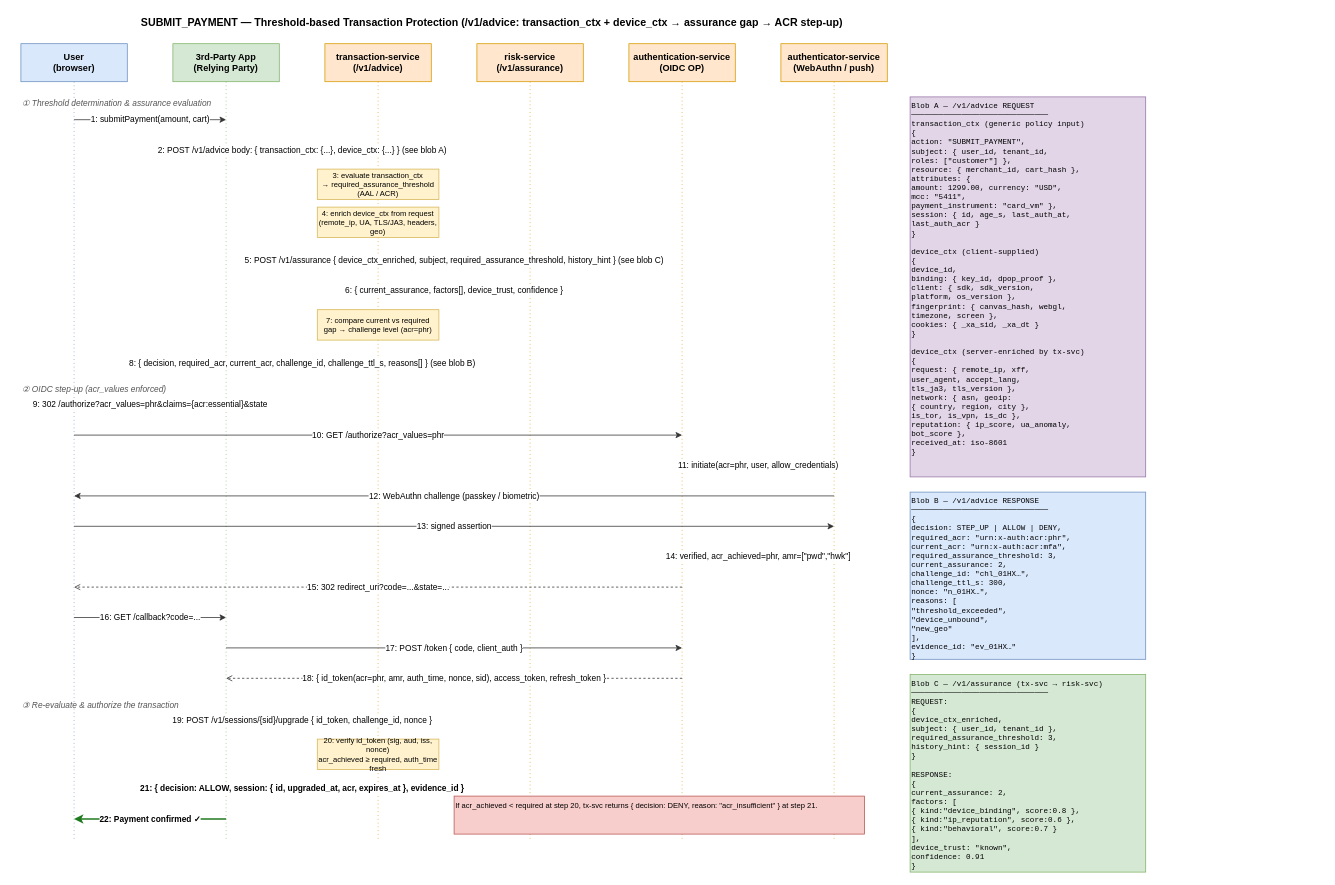
This is submit-payment-stepup-flow.drawio from tboman/x-auth-site, a draw.io file, before an edit. Source tidied: cells renumbered, new cells numbered last; positions are measured from the earlier drawing's top-left corner, leaving out a move shared by most shapes. Both pictures are drawn from the tidied source at 76%, with x=0, y=0 at pixel (13, 13).
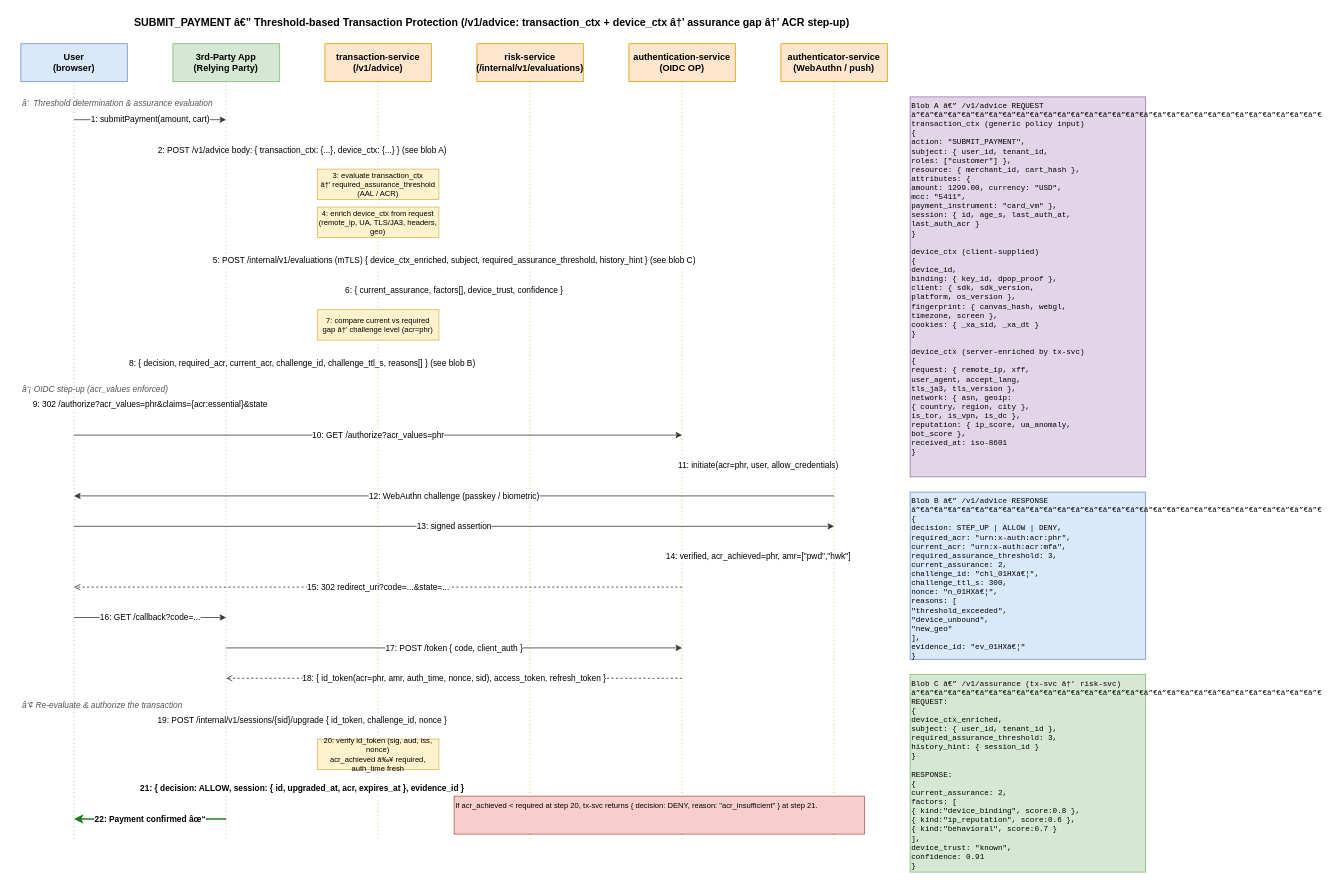
The same page after the edit.

The edit, as a diff of the source:
```diff
@@
-    <mxCell id="2" value="SUBMIT_PAYMENT — Threshold-based Transaction Protection (/v1/advice: transaction_ctx + device_ctx → assurance gap → ACR step-up)" style="text;html=1;strokeColor=none;fillColor=none;align=center;verticalAlign=middle;whiteSpace=wrap;rounded=0;fontSize=14;fontStyle=1;" parent="1" vertex="1">
+    <mxCell id="2" value="SUBMIT_PAYMENT â€” Threshold-based Transaction Protection (/v1/advice: transaction_ctx + device_ctx â†’ assurance gap â†’ ACR step-up)" style="text;html=1;strokeColor=none;fillColor=none;align=center;verticalAlign=middle;whiteSpace=wrap;rounded=0;fontSize=14;fontStyle=1;" parent="1" vertex="1">
       <mxGeometry width="1260" height="24" as="geometry" />
     </mxCell>
@@
-    <mxCell id="6" value="risk-service&#10;(/v1/assurance)" style="rounded=0;whiteSpace=wrap;html=1;fillColor=#ffe6cc;strokeColor=#d79b00;fontSize=12;fontStyle=1;" parent="1" vertex="1">
+    <mxCell id="6" value="risk-service&#10;(/internal/v1/evaluations)" style="rounded=0;whiteSpace=wrap;html=1;fillColor=#ffe6cc;strokeColor=#d79b00;fontSize=12;fontStyle=1;" parent="1" vertex="1">
       <mxGeometry x="610" y="40" width="140" height="50" as="geometry" />
     </mxCell>
@@
-    <mxCell id="15" value="① Threshold determination &amp; assurance evaluation" style="text;html=1;strokeColor=none;fillColor=none;align=left;verticalAlign=middle;whiteSpace=wrap;rounded=0;fontSize=11;fontStyle=2;fontColor=#555555;" parent="1" vertex="1">
+    <mxCell id="15" value="â‘  Threshold determination &amp; assurance evaluation" style="text;html=1;strokeColor=none;fillColor=none;align=left;verticalAlign=middle;whiteSpace=wrap;rounded=0;fontSize=11;fontStyle=2;fontColor=#555555;" parent="1" vertex="1">
       <mxGeometry x="10" y="108" width="360" height="20" as="geometry" />
     </mxCell>
@@
-    <mxCell id="18" value="3: evaluate transaction_ctx&#10;→ required_assurance_threshold (AAL / ACR)" style="rounded=0;whiteSpace=wrap;html=1;fillColor=#fff2cc;strokeColor=#d6b656;fontSize=10;align=center;verticalAlign=middle;" parent="1" vertex="1">
+    <mxCell id="18" value="3: evaluate transaction_ctx&#10;â†’ required_assurance_threshold (AAL / ACR)" style="rounded=0;whiteSpace=wrap;html=1;fillColor=#fff2cc;strokeColor=#d6b656;fontSize=10;align=center;verticalAlign=middle;" parent="1" vertex="1">
       <mxGeometry x="400" y="205" width="160" height="40" as="geometry" />
     </mxCell>
@@
-    <mxCell id="20" value="5: POST /v1/assurance   { device_ctx_enriched, subject, required_assurance_threshold, history_hint }   (see blob C)" style="endArrow=classic;html=1;rounded=0;strokeColor=#333333;fontSize=11;labelBackgroundColor=#ffffff;" parent="1" edge="1">
+    <mxCell id="20" value="5: POST /internal/v1/evaluations (mTLS)   { device_ctx_enriched, subject, required_assurance_threshold, history_hint }   (see blob C)" style="endArrow=classic;html=1;rounded=0;strokeColor=#333333;fontSize=11;labelBackgroundColor=#ffffff;" parent="1" edge="1">
       <mxGeometry relative="1" as="geometry">
         <mxPoint x="480" y="325" as="sourcePoint" />
         <mxPoint x="680" y="325" as="targetPoint" />
       </mxGeometry>
     </mxCell>
@@
-    <mxCell id="22" value="7: compare current vs required&#10;gap → challenge level (acr=phr)" style="rounded=0;whiteSpace=wrap;html=1;fillColor=#fff2cc;strokeColor=#d6b656;fontSize=10;align=center;verticalAlign=middle;" parent="1" vertex="1">
+    <mxCell id="22" value="7: compare current vs required&#10;gap â†’ challenge level (acr=phr)" style="rounded=0;whiteSpace=wrap;html=1;fillColor=#fff2cc;strokeColor=#d6b656;fontSize=10;align=center;verticalAlign=middle;" parent="1" vertex="1">
       <mxGeometry x="400" y="390" width="160" height="40" as="geometry" />
     </mxCell>
@@
-    <mxCell id="24" value="② OIDC step-up (acr_values enforced)" style="text;html=1;strokeColor=none;fillColor=none;align=left;verticalAlign=middle;whiteSpace=wrap;rounded=0;fontSize=11;fontStyle=2;fontColor=#555555;" parent="1" vertex="1">
+    <mxCell id="24" value="â‘¡ OIDC step-up (acr_values enforced)" style="text;html=1;strokeColor=none;fillColor=none;align=left;verticalAlign=middle;whiteSpace=wrap;rounded=0;fontSize=11;fontStyle=2;fontColor=#555555;" parent="1" vertex="1">
       <mxGeometry x="10" y="485" width="300" height="20" as="geometry" />
     </mxCell>
@@
-    <mxCell id="35" value="③ Re-evaluate &amp; authorize the transaction" style="text;html=1;strokeColor=none;fillColor=none;align=left;verticalAlign=middle;whiteSpace=wrap;rounded=0;fontSize=11;fontStyle=2;fontColor=#555555;" parent="1" vertex="1">
+    <mxCell id="35" value="â‘¢ Re-evaluate &amp; authorize the transaction" style="text;html=1;strokeColor=none;fillColor=none;align=left;verticalAlign=middle;whiteSpace=wrap;rounded=0;fontSize=11;fontStyle=2;fontColor=#555555;" parent="1" vertex="1">
       <mxGeometry x="10" y="900" width="300" height="20" as="geometry" />
     </mxCell>
-    <mxCell id="36" value="19: POST /v1/sessions/{sid}/upgrade  { id_token, challenge_id, nonce }" style="endArrow=classic;html=1;rounded=0;strokeColor=#333333;fontSize=11;labelBackgroundColor=#ffffff;" parent="1" edge="1">
+    <mxCell id="36" value="19: POST /internal/v1/sessions/{sid}/upgrade  { id_token, challenge_id, nonce }" style="endArrow=classic;html=1;rounded=0;strokeColor=#333333;fontSize=11;labelBackgroundColor=#ffffff;" parent="1" edge="1">
       <mxGeometry relative="1" as="geometry">
         <mxPoint x="280" y="930" as="sourcePoint" />
         <mxPoint x="480" y="930" as="targetPoint" />
       </mxGeometry>
     </mxCell>
-    <mxCell id="37" value="20: verify id_token (sig, aud, iss, nonce)&#10;acr_achieved ≥ required, auth_time fresh" style="rounded=0;whiteSpace=wrap;html=1;fillColor=#fff2cc;strokeColor=#d6b656;fontSize=10;align=center;verticalAlign=middle;" parent="1" vertex="1">
+    <mxCell id="37" value="20: verify id_token (sig, aud, iss, nonce)&#10;acr_achieved â‰¥ required, auth_time fresh" style="rounded=0;whiteSpace=wrap;html=1;fillColor=#fff2cc;strokeColor=#d6b656;fontSize=10;align=center;verticalAlign=middle;" parent="1" vertex="1">
       <mxGeometry x="400" y="955" width="160" height="40" as="geometry" />
     </mxCell>
@@
-    <mxCell id="39" value="22: Payment confirmed ✓" style="endArrow=classic;html=1;rounded=0;strokeColor=#1f7a1f;strokeWidth=2;fontSize=11;fontStyle=1;labelBackgroundColor=#ffffff;" parent="1" edge="1">
+    <mxCell id="39" value="22: Payment confirmed âœ“" style="endArrow=classic;html=1;rounded=0;strokeColor=#1f7a1f;strokeWidth=2;fontSize=11;fontStyle=1;labelBackgroundColor=#ffffff;" parent="1" edge="1">
       <mxGeometry relative="1" as="geometry">
         <mxPoint x="280" y="1060" as="sourcePoint" />
         <mxPoint x="80" y="1060" as="targetPoint" />
       </mxGeometry>
     </mxCell>
-    <mxCell id="40" value="Blob A — /v1/advice  REQUEST&#10;──────────────────────────────&#10;transaction_ctx  (generic policy input)&#10;{&#10;  action: &quot;SUBMIT_PAYMENT&quot;,&#10;  subject:  { user_id, tenant_id,&#10;              roles: [&quot;customer&quot;] },&#10;  resource: { merchant_id, cart_hash },&#10;  attributes: {&#10;    amount: 1299.00, currency: &quot;USD&quot;,&#10;    mcc: &quot;5411&quot;,&#10;    payment_instrument: &quot;card_vm&quot; },&#10;  session:  { id, age_s, last_auth_at,&#10;              last_auth_acr }&#10;}&#10;&#10;device_ctx  (client-supplied)&#10;{&#10;  device_id,&#10;  binding:     { key_id, dpop_proof },&#10;  client:      { sdk, sdk_version,&#10;                 platform, os_version },&#10;  fingerprint: { canvas_hash, webgl,&#10;                 timezone, screen },&#10;  cookies:     { _xa_sid, _xa_dt }&#10;}&#10;&#10;device_ctx  (server-enriched by tx-svc)&#10;{&#10;  request:    { remote_ip, xff,&#10;                user_agent, accept_lang,&#10;                tls_ja3, tls_version },&#10;  network:    { asn, geoip:&#10;                { country, region, city },&#10;                is_tor, is_vpn, is_dc },&#10;  reputation: { ip_score, ua_anomaly,&#10;                bot_score },&#10;  received_at: iso-8601&#10;}" style="rounded=0;whiteSpace=wrap;html=1;fillColor=#e1d5e7;strokeColor=#9673a6;fontSize=10;align=left;verticalAlign=top;fontFamily=Courier New;" parent="1" vertex="1">
+    <mxCell id="40" value="Blob A â€” /v1/advice  REQUEST&#10;â”€â”€â”€â”€â”€â”€â”€â”€â”€â”€â”€â”€â”€â”€â”€â”€â”€â”€â”€â”€â”€â”€â”€â”€â”€â”€â”€â”€â”€â”€&#10;transaction_ctx  (generic policy input)&#10;{&#10;  action: &quot;SUBMIT_PAYMENT&quot;,&#10;  subject:  { user_id, tenant_id,&#10;              roles: [&quot;customer&quot;] },&#10;  resource: { merchant_id, cart_hash },&#10;  attributes: {&#10;    amount: 1299.00, currency: &quot;USD&quot;,&#10;    mcc: &quot;5411&quot;,&#10;    payment_instrument: &quot;card_vm&quot; },&#10;  session:  { id, age_s, last_auth_at,&#10;              last_auth_acr }&#10;}&#10;&#10;device_ctx  (client-supplied)&#10;{&#10;  device_id,&#10;  binding:     { key_id, dpop_proof },&#10;  client:      { sdk, sdk_version,&#10;                 platform, os_version },&#10;  fingerprint: { canvas_hash, webgl,&#10;                 timezone, screen },&#10;  cookies:     { _xa_sid, _xa_dt }&#10;}&#10;&#10;device_ctx  (server-enriched by tx-svc)&#10;{&#10;  request:    { remote_ip, xff,&#10;                user_agent, accept_lang,&#10;                tls_ja3, tls_version },&#10;  network:    { asn, geoip:&#10;                { country, region, city },&#10;                is_tor, is_vpn, is_dc },&#10;  reputation: { ip_score, ua_anomaly,&#10;                bot_score },&#10;  received_at: iso-8601&#10;}" style="rounded=0;whiteSpace=wrap;html=1;fillColor=#e1d5e7;strokeColor=#9673a6;fontSize=10;align=left;verticalAlign=top;fontFamily=Courier New;" parent="1" vertex="1">
       <mxGeometry x="1180" y="110" width="310" height="500" as="geometry" />
     </mxCell>
-    <mxCell id="41" value="Blob B — /v1/advice  RESPONSE&#10;──────────────────────────────&#10;{&#10;  decision: STEP_UP | ALLOW | DENY,&#10;  required_acr:  &quot;urn:x-auth:acr:phr&quot;,&#10;  current_acr:   &quot;urn:x-auth:acr:mfa&quot;,&#10;  required_assurance_threshold: 3,&#10;  current_assurance:  2,&#10;  challenge_id:    &quot;chl_01HX…&quot;,&#10;  challenge_ttl_s: 300,&#10;  nonce:           &quot;n_01HX…&quot;,&#10;  reasons: [&#10;    &quot;threshold_exceeded&quot;,&#10;    &quot;device_unbound&quot;,&#10;    &quot;new_geo&quot;&#10;  ],&#10;  evidence_id: &quot;ev_01HX…&quot;&#10;}" style="rounded=0;whiteSpace=wrap;html=1;fillColor=#dae8fc;strokeColor=#6c8ebf;fontSize=10;align=left;verticalAlign=top;fontFamily=Courier New;" parent="1" vertex="1">
+    <mxCell id="41" value="Blob B â€” /v1/advice  RESPONSE&#10;â”€â”€â”€â”€â”€â”€â”€â”€â”€â”€â”€â”€â”€â”€â”€â”€â”€â”€â”€â”€â”€â”€â”€â”€â”€â”€â”€â”€â”€â”€&#10;{&#10;  decision: STEP_UP | ALLOW | DENY,&#10;  required_acr:  &quot;urn:x-auth:acr:phr&quot;,&#10;  current_acr:   &quot;urn:x-auth:acr:mfa&quot;,&#10;  required_assurance_threshold: 3,&#10;  current_assurance:  2,&#10;  challenge_id:    &quot;chl_01HXâ€¦&quot;,&#10;  challenge_ttl_s: 300,&#10;  nonce:           &quot;n_01HXâ€¦&quot;,&#10;  reasons: [&#10;    &quot;threshold_exceeded&quot;,&#10;    &quot;device_unbound&quot;,&#10;    &quot;new_geo&quot;&#10;  ],&#10;  evidence_id: &quot;ev_01HXâ€¦&quot;&#10;}" style="rounded=0;whiteSpace=wrap;html=1;fillColor=#dae8fc;strokeColor=#6c8ebf;fontSize=10;align=left;verticalAlign=top;fontFamily=Courier New;" parent="1" vertex="1">
       <mxGeometry x="1180" y="630" width="310" height="220" as="geometry" />
     </mxCell>
-    <mxCell id="42" value="Blob C — /v1/assurance  (tx-svc → risk-svc)&#10;──────────────────────────────&#10;REQUEST:&#10;{&#10;  device_ctx_enriched,&#10;  subject:            { user_id, tenant_id },&#10;  required_assurance_threshold: 3,&#10;  history_hint:       { session_id }&#10;}&#10;&#10;RESPONSE:&#10;{&#10;  current_assurance: 2,&#10;  factors: [&#10;    { kind:&quot;device_binding&quot;, score:0.8 },&#10;    { kind:&quot;ip_reputation&quot;,  score:0.6 },&#10;    { kind:&quot;behavioral&quot;,     score:0.7 }&#10;  ],&#10;  device_trust: &quot;known&quot;,&#10;  confidence:   0.91&#10;}" style="rounded=0;whiteSpace=wrap;html=1;fillColor=#d5e8d4;strokeColor=#82b366;fontSize=10;align=left;verticalAlign=top;fontFamily=Courier New;" parent="1" vertex="1">
+    <mxCell id="42" value="Blob C â€” /v1/assurance  (tx-svc â†’ risk-svc)&#10;â”€â”€â”€â”€â”€â”€â”€â”€â”€â”€â”€â”€â”€â”€â”€â”€â”€â”€â”€â”€â”€â”€â”€â”€â”€â”€â”€â”€â”€â”€&#10;REQUEST:&#10;{&#10;  device_ctx_enriched,&#10;  subject:            { user_id, tenant_id },&#10;  required_assurance_threshold: 3,&#10;  history_hint:       { session_id }&#10;}&#10;&#10;RESPONSE:&#10;{&#10;  current_assurance: 2,&#10;  factors: [&#10;    { kind:&quot;device_binding&quot;, score:0.8 },&#10;    { kind:&quot;ip_reputation&quot;,  score:0.6 },&#10;    { kind:&quot;behavioral&quot;,     score:0.7 }&#10;  ],&#10;  device_trust: &quot;known&quot;,&#10;  confidence:   0.91&#10;}" style="rounded=0;whiteSpace=wrap;html=1;fillColor=#d5e8d4;strokeColor=#82b366;fontSize=10;align=left;verticalAlign=top;fontFamily=Courier New;" parent="1" vertex="1">
       <mxGeometry x="1180" y="870" width="310" height="260" as="geometry" />
     </mxCell>
```
